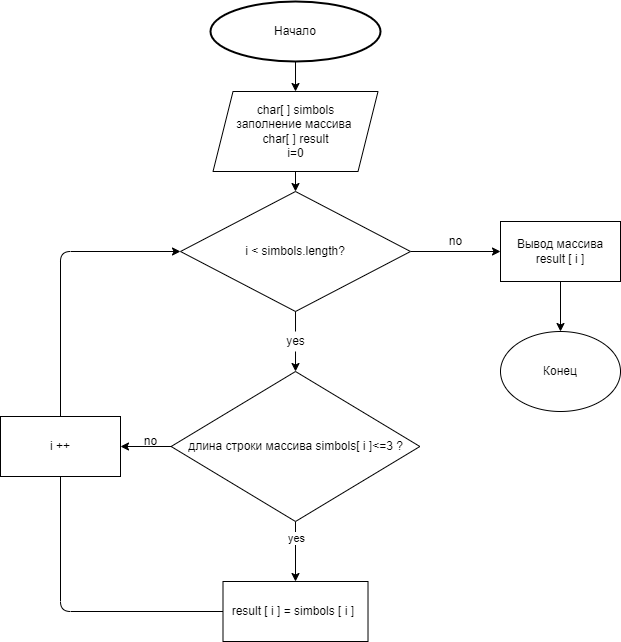
Above: blockdiagram.drawio.png in MakcLeontev/Test-choice-of-specialization (draw.io), before the change. Source tidied: cells renumbered, new cells last; positions are measured from the earlier drawing's top-left corner, leaving out a move shared by most shapes.
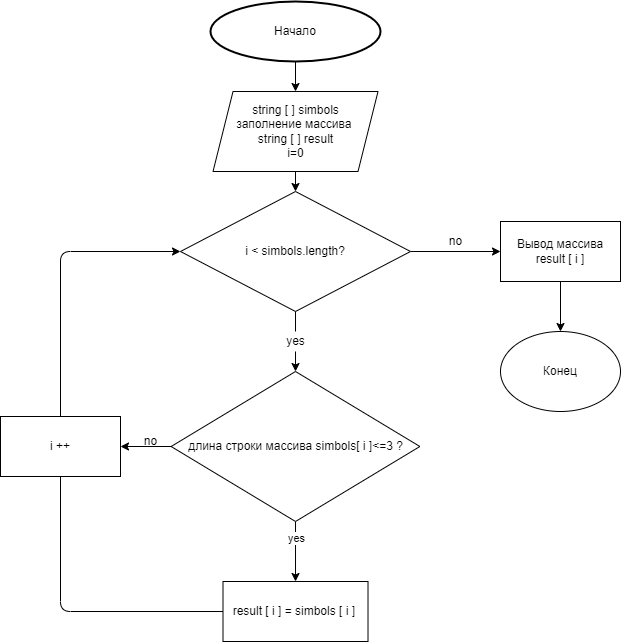
Later version of the same file.

What changed in the source:
```diff
@@ -11,7 +11,7 @@
     <mxCell id="4" style="edgeStyle=none;html=1;entryX=0.5;entryY=0;entryDx=0;entryDy=0;" parent="1" edge="1" source="5" target="8">
       <mxGeometry relative="1" as="geometry" />
     </mxCell>
-    <mxCell id="5" value="char[ ] simbols&lt;br&gt;заполнение массива&amp;nbsp;&lt;br&gt;char[ ] result&lt;br&gt;i=0" style="shape=parallelogram;perimeter=parallelogramPerimeter;whiteSpace=wrap;html=1;fixedSize=1;" parent="1" vertex="1">
+    <mxCell id="5" value="string [ ] simbols&lt;br&gt;заполнение массива&amp;nbsp;&lt;br&gt;string [ ] result&lt;br&gt;i=0" style="shape=parallelogram;perimeter=parallelogramPerimeter;whiteSpace=wrap;html=1;fixedSize=1;" parent="1" vertex="1">
       <mxGeometry x="212.5" y="90" width="165" height="80" as="geometry" />
     </mxCell>
     <mxCell id="6" style="edgeStyle=none;html=1;exitX=1;exitY=0.5;exitDx=0;exitDy=0;" parent="1" edge="1" source="8">
```
